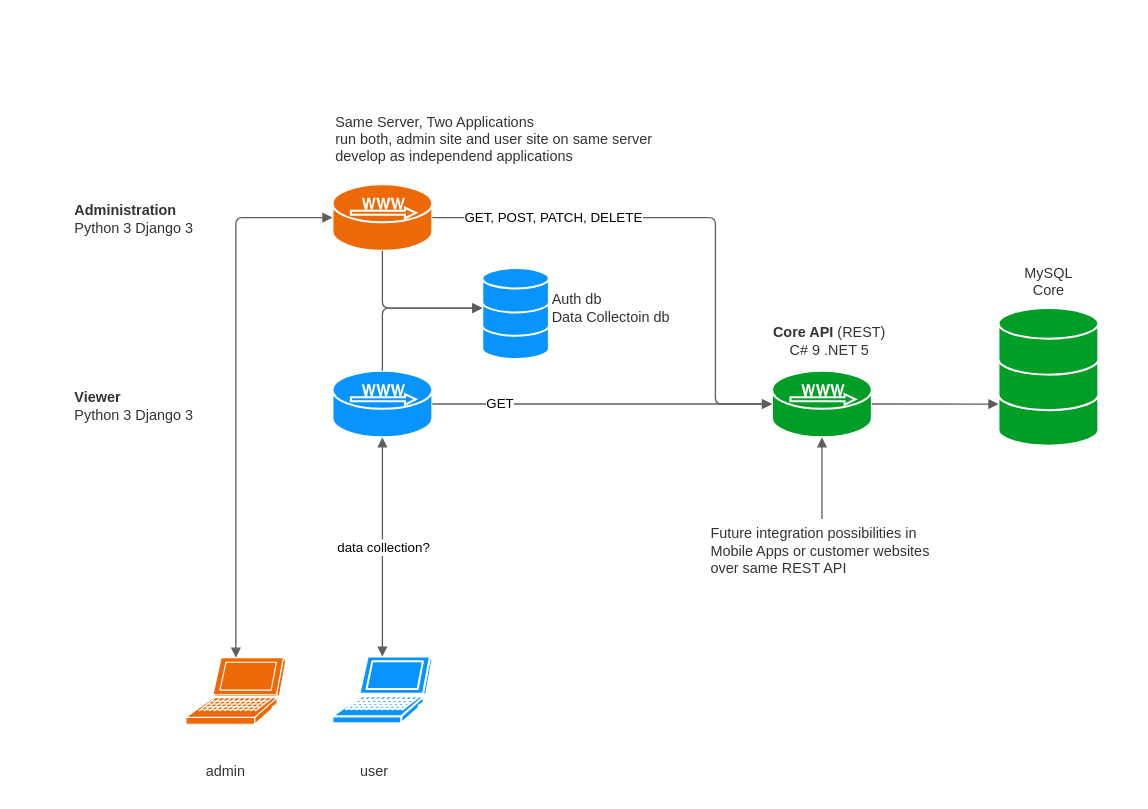
Before: docs/server.drawio in tiveritz/how-tos-api-csharp, a draw.io diagram. Source tidied: cells renumbered, new cells numbered last; positions are measured from the earlier drawing's top-left corner, leaving out a move shared by most shapes. Both pictures are drawn from the tidied source at 111%, with x=0, y=0 at pixel (60, 108).
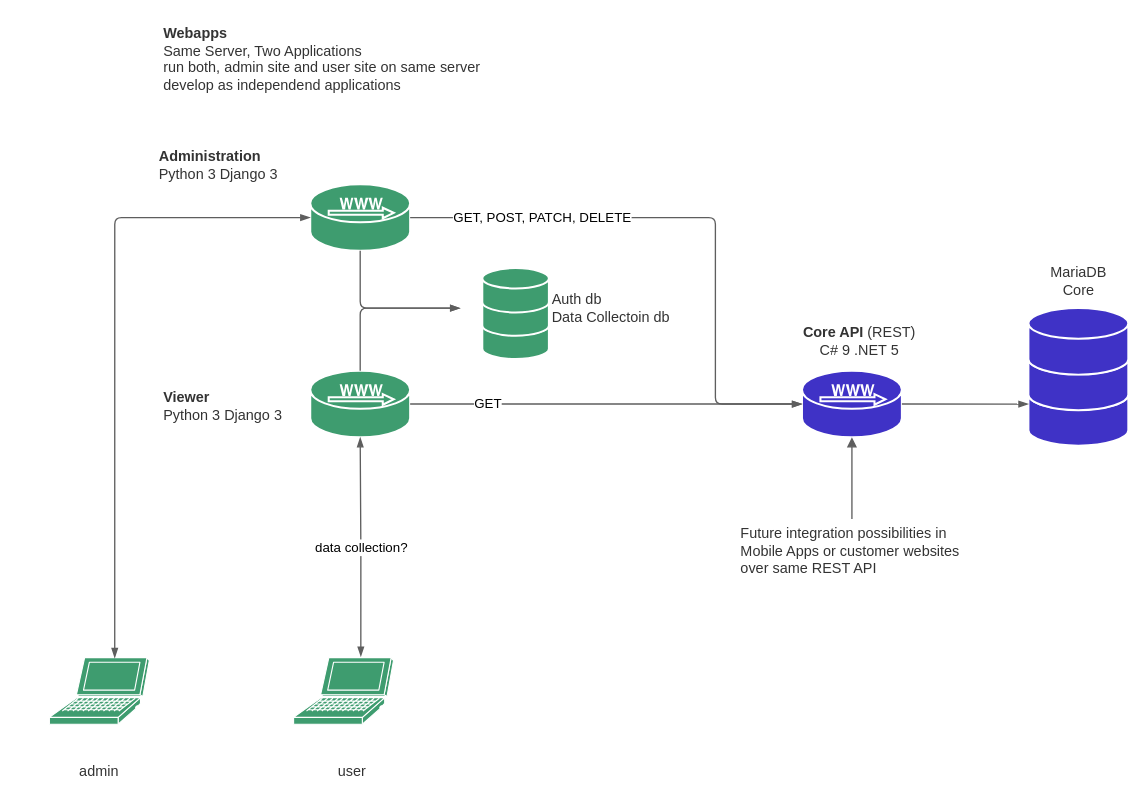
Above is the later version.

Change to the diagram source:
```diff
@@
     <mxCell id="2" value="&lt;b&gt;Core API &lt;/b&gt;(REST)&lt;br&gt;C# 9 .NET 5" style="html=1;whiteSpace=wrap;fontSize=13;fontColor=#333333;fontStyle=0;align=center;spacingLeft=13.333333333333332;spacing=0;verticalAlign=top;strokeColor=none;strokeOpacity=100;rounded=1;absoluteArcSize=1;arcSize=7.199999999999999;fillColor=none;strokeWidth=1.7999999999999998;" parent="1" vertex="1">
-      <mxGeometry x="629.5" y="189.5" width="113" height="41" as="geometry" />
+      <mxGeometry x="656.5" y="189.5" width="113" height="41" as="geometry" />
     </mxCell>
     <mxCell id="3" value="user" style="html=1;whiteSpace=wrap;fontSize=13;fontColor=#333333;spacing=0;strokeColor=none;strokeOpacity=100;rounded=1;absoluteArcSize=1;arcSize=7.199999999999999;fillColor=none;strokeWidth=1.7999999999999998;fontStyle=0;" parent="1" vertex="1">
-      <mxGeometry x="211" y="579" width="144" height="36" as="geometry" />
+      <mxGeometry x="191" y="579" width="144" height="36" as="geometry" />
     </mxCell>
     <mxCell id="4" value="admin" style="html=1;whiteSpace=wrap;fontSize=13;fontColor=#333333;spacing=0;strokeColor=none;strokeOpacity=100;rounded=1;absoluteArcSize=1;arcSize=7.199999999999999;fillColor=none;strokeWidth=1.7999999999999998;fontStyle=0;" parent="1" vertex="1">
-      <mxGeometry x="77" y="579" width="144" height="36" as="geometry" />
+      <mxGeometry x="-37" y="579" width="144" height="36" as="geometry" />
     </mxCell>
-    <mxCell id="5" style="html=1;whiteSpace=wrap;shape=mxgraph.cisco.storage.relational_database;strokeColor=#ffffff;fontSize=11;spacing=0;strokeOpacity=100;rounded=1;absoluteArcSize=1;arcSize=7.199999999999999;strokeWidth=1.7999999999999998;fillColor=#009d27;" parent="1" vertex="1">
-      <mxGeometry x="845" y="244" width="90" height="60" as="geometry" />
+    <mxCell id="5" style="html=1;whiteSpace=wrap;shape=mxgraph.cisco.storage.relational_database;strokeColor=#ffffff;fontSize=11;spacing=0;strokeOpacity=100;rounded=1;absoluteArcSize=1;arcSize=7.199999999999999;strokeWidth=1.7999999999999998;fillColor=#3f32c6;" parent="1" vertex="1">
+      <mxGeometry x="872" y="244" width="90" height="60" as="geometry" />
     </mxCell>
-    <mxCell id="6" style="html=1;whiteSpace=wrap;shape=mxgraph.cisco.servers.microwebserver;fontSize=11;spacing=0;strokeOpacity=100;rounded=1;absoluteArcSize=1;arcSize=7.199999999999999;strokeWidth=1.7999999999999998;fillColor=#0894ff;strokeColor=#FFFFFF;" parent="1" vertex="1">
-      <mxGeometry x="245" y="236.5" width="90" height="60" as="geometry" />
+    <mxCell id="6" style="html=1;whiteSpace=wrap;shape=mxgraph.cisco.servers.microwebserver;fontSize=11;spacing=0;strokeOpacity=100;rounded=1;absoluteArcSize=1;arcSize=7.199999999999999;strokeWidth=1.7999999999999998;strokeColor=#FFFFFF;fillColor=#3e9c6f;" parent="1" vertex="1">
+      <mxGeometry x="225" y="236.5" width="90" height="60" as="geometry" />
     </mxCell>
-    <mxCell id="7" style="html=1;whiteSpace=wrap;shape=mxgraph.cisco.computers_and_peripherals.laptop;fontSize=11;spacing=0;strokeOpacity=100;rounded=1;absoluteArcSize=1;arcSize=7.199999999999999;strokeWidth=1.7999999999999998;fillColor=#0894ff;strokeColor=#FFFFFF;" parent="1" vertex="1">
-      <mxGeometry x="245" y="494" width="90" height="60" as="geometry" />
-    </mxCell>
-    <mxCell id="8" style="html=1;whiteSpace=wrap;shape=mxgraph.cisco.computers_and_peripherals.laptop;fontSize=11;spacing=0;strokeOpacity=100;rounded=1;absoluteArcSize=1;arcSize=7.199999999999999;strokeWidth=1;fillColor=#ed6908;strokeColor=#FFFFFF;" parent="1" vertex="1">
-      <mxGeometry x="113" y="495" width="90" height="60" as="geometry" />
+    <mxCell id="8" style="html=1;whiteSpace=wrap;shape=mxgraph.cisco.computers_and_peripherals.laptop;fontSize=11;spacing=0;strokeOpacity=100;rounded=1;absoluteArcSize=1;arcSize=7.199999999999999;strokeWidth=1;strokeColor=#FFFFFF;fillColor=#3e9c6f;" parent="1" vertex="1">
+      <mxGeometry x="-10" y="495" width="90" height="60" as="geometry" />
     </mxCell>
-    <mxCell id="9" style="html=1;jettySize=18;fontSize=11;strokeColor=#5E5E5E;strokeWidth=1.2;rounded=1;arcSize=12;edgeStyle=orthogonalEdgeStyle;startArrow=block;endFill=1;endArrow=block;endFill=1;exitX=0.5;exitY=0;exitPerimeter=1;entryX=0.5;entryY=1;entryPerimeter=1;" parent="1" edge="1" source="7" target="6">
+    <mxCell id="9" style="html=1;jettySize=18;fontSize=11;strokeColor=#5E5E5E;strokeWidth=1.2;rounded=1;arcSize=12;edgeStyle=orthogonalEdgeStyle;startArrow=blockThin;endFill=1;endArrow=blockThin;endFill=1;exitX=0.673;exitY=-0.017;exitPerimeter=0;entryX=0.5;entryY=1;entryPerimeter=1;startFill=1;exitDx=0;exitDy=0;" parent="1" edge="1" source="33" target="6">
       <mxGeometry relative="1" as="geometry" />
     </mxCell>
@@
-    <mxCell id="11" style="html=1;whiteSpace=wrap;shape=mxgraph.cisco.storage.relational_database;strokeColor=#ffffff;fontSize=11;spacing=0;strokeOpacity=100;rounded=1;absoluteArcSize=1;arcSize=7.199999999999999;strokeWidth=1.7999999999999998;fillColor=#009d27;" parent="1" vertex="1">
-      <mxGeometry x="845" y="212" width="90" height="60" as="geometry" />
+    <mxCell id="11" style="html=1;whiteSpace=wrap;shape=mxgraph.cisco.storage.relational_database;strokeColor=#ffffff;fontSize=11;spacing=0;strokeOpacity=100;rounded=1;absoluteArcSize=1;arcSize=7.199999999999999;strokeWidth=1.7999999999999998;fillColor=#3f32c6;" parent="1" vertex="1">
+      <mxGeometry x="872" y="212" width="90" height="60" as="geometry" />
     </mxCell>
-    <mxCell id="12" style="html=1;whiteSpace=wrap;shape=mxgraph.cisco.storage.relational_database;strokeColor=#ffffff;fontSize=11;spacing=0;strokeOpacity=100;rounded=1;absoluteArcSize=1;arcSize=7.199999999999999;strokeWidth=1.7999999999999998;fillColor=#009d27;" parent="1" vertex="1">
-      <mxGeometry x="845" y="180" width="90" height="60" as="geometry" />
+    <mxCell id="12" style="html=1;whiteSpace=wrap;shape=mxgraph.cisco.storage.relational_database;strokeColor=#ffffff;fontSize=11;spacing=0;strokeOpacity=100;rounded=1;absoluteArcSize=1;arcSize=7.199999999999999;strokeWidth=1.7999999999999998;fillColor=#3f32c6;" parent="1" vertex="1">
+      <mxGeometry x="872" y="180" width="90" height="60" as="geometry" />
     </mxCell>
-    <mxCell id="13" style="html=1;whiteSpace=wrap;shape=mxgraph.cisco.servers.microwebserver;strokeColor=#ffffff;fontSize=11;spacing=0;strokeOpacity=100;rounded=1;absoluteArcSize=1;arcSize=7.199999999999999;strokeWidth=1.7999999999999998;fillColor=#009d27;" parent="1" vertex="1">
-      <mxGeometry x="641" y="236.5" width="90" height="60" as="geometry" />
+    <mxCell id="13" style="html=1;whiteSpace=wrap;shape=mxgraph.cisco.servers.microwebserver;strokeColor=#ffffff;fontSize=11;spacing=0;strokeOpacity=100;rounded=1;absoluteArcSize=1;arcSize=7.199999999999999;strokeWidth=1.7999999999999998;fillColor=#3f32c6;" parent="1" vertex="1">
+      <mxGeometry x="668" y="236.5" width="90" height="60" as="geometry" />
     </mxCell>
-    <mxCell id="14" style="html=1;jettySize=18;fontSize=11;strokeColor=#5E5E5E;strokeWidth=1.2;rounded=1;arcSize=12;edgeStyle=orthogonalEdgeStyle;startArrow=none;endArrow=block;endFill=1;exitX=1;exitY=0.5;exitPerimeter=1;entryX=0;entryY=0.9088724060386316;entryPerimeter=1;" parent="1" edge="1" source="13" target="11">
+    <mxCell id="14" style="html=1;jettySize=18;fontSize=11;strokeColor=#5E5E5E;strokeWidth=1.2;rounded=1;arcSize=12;edgeStyle=orthogonalEdgeStyle;startArrow=none;endArrow=blockThin;endFill=1;exitX=1;exitY=0.5;exitPerimeter=1;entryX=0;entryY=0.9088724060386316;entryPerimeter=1;" parent="1" edge="1" source="13" target="11">
       <mxGeometry relative="1" as="geometry" />
     </mxCell>
-    <mxCell id="15" value="MySQL&lt;br&gt;Core" style="html=1;whiteSpace=wrap;fontSize=13;fontColor=#333333;fontStyle=0;align=center;spacing=0;verticalAlign=top;strokeColor=none;strokeOpacity=100;rounded=1;absoluteArcSize=1;arcSize=7.199999999999999;fillColor=none;strokeWidth=1.7999999999999998;" parent="1" vertex="1">
-      <mxGeometry x="852.5" y="136" width="75" height="41" as="geometry" />
+    <mxCell id="15" value="MariaDB&lt;br&gt;Core" style="html=1;whiteSpace=wrap;fontSize=13;fontColor=#333333;fontStyle=0;align=center;spacing=0;verticalAlign=top;strokeColor=none;strokeOpacity=100;rounded=1;absoluteArcSize=1;arcSize=7.199999999999999;fillColor=none;strokeWidth=1.7999999999999998;" parent="1" vertex="1">
+      <mxGeometry x="879.5" y="136" width="75" height="41" as="geometry" />
     </mxCell>
-    <mxCell id="16" style="html=1;jettySize=18;fontSize=11;strokeColor=#5E5E5E;strokeWidth=1.2;rounded=1;arcSize=12;edgeStyle=orthogonalEdgeStyle;startArrow=none;endArrow=block;endFill=1;exitX=1;exitY=0.5;exitPerimeter=1;entryX=0;entryY=0.5;entryPerimeter=1;" parent="1" edge="1" source="6" target="13">
+    <mxCell id="16" style="html=1;jettySize=18;fontSize=11;strokeColor=#5E5E5E;strokeWidth=1.2;rounded=1;arcSize=12;edgeStyle=orthogonalEdgeStyle;startArrow=none;endArrow=blockThin;endFill=1;exitX=1;exitY=0.5;exitPerimeter=1;entryX=0;entryY=0.5;entryPerimeter=1;" parent="1" edge="1" source="6" target="13">
       <mxGeometry relative="1" as="geometry" />
     </mxCell>
@@
-    <mxCell id="18" style="html=1;whiteSpace=wrap;shape=mxgraph.cisco.servers.microwebserver;strokeColor=#ffffff;fontSize=11;spacing=0;strokeOpacity=100;rounded=1;absoluteArcSize=1;arcSize=7.199999999999999;strokeWidth=1.7999999999999998;fillColor=#ed6908;" parent="1" vertex="1">
-      <mxGeometry x="245" y="68.5" width="90" height="60" as="geometry" />
+    <mxCell id="18" style="html=1;whiteSpace=wrap;shape=mxgraph.cisco.servers.microwebserver;strokeColor=#ffffff;fontSize=11;spacing=0;strokeOpacity=100;rounded=1;absoluteArcSize=1;arcSize=7.199999999999999;strokeWidth=1.7999999999999998;fillColor=#3e9c6f;" parent="1" vertex="1">
+      <mxGeometry x="225" y="68.5" width="90" height="60" as="geometry" />
     </mxCell>
-    <mxCell id="19" style="html=1;jettySize=18;fontSize=11;strokeColor=#5E5E5E;strokeWidth=1.2;rounded=1;arcSize=12;edgeStyle=orthogonalEdgeStyle;startArrow=none;endArrow=block;endFill=1;exitX=1;exitY=0.5;exitPerimeter=1;entryX=0;entryY=0.5;entryPerimeter=1;" parent="1" edge="1" source="18" target="13">
+    <mxCell id="19" style="html=1;jettySize=18;fontSize=11;strokeColor=#5E5E5E;strokeWidth=1.2;rounded=1;arcSize=12;edgeStyle=orthogonalEdgeStyle;startArrow=none;endArrow=blockThin;endFill=1;exitX=1;exitY=0.5;exitPerimeter=1;entryX=0;entryY=0.5;entryPerimeter=1;" parent="1" edge="1" source="18" target="13">
       <mxGeometry relative="1" as="geometry">
         <Array as="points">
           <mxPoint x="590" y="99" />
           <mxPoint x="590" y="267" />
         </Array>
       </mxGeometry>
     </mxCell>
@@
     <mxCell id="21" value="&lt;b&gt;Administration&lt;/b&gt;&lt;br&gt;Python 3 Django 3" style="html=1;whiteSpace=wrap;fontSize=13;fontColor=#333333;fontStyle=0;align=left;spacingLeft=13.333333333333332;spacing=0;verticalAlign=top;strokeColor=none;strokeOpacity=100;rounded=1;absoluteArcSize=1;arcSize=7.199999999999999;fillColor=none;strokeWidth=1.7999999999999998;" parent="1" vertex="1">
-      <mxGeometry y="79.5" width="134" height="38" as="geometry" />
+      <mxGeometry x="76" y="30.5" width="134" height="38" as="geometry" />
     </mxCell>
-    <mxCell id="22" style="html=1;jettySize=18;fontSize=11;strokeColor=#5E5E5E;strokeWidth=1.2;rounded=1;arcSize=12;edgeStyle=orthogonalEdgeStyle;startArrow=block;endFill=1;endArrow=block;endFill=1;exitX=0.5;exitY=0;exitPerimeter=1;entryX=0;entryY=0.5;entryPerimeter=1;" parent="1" edge="1" source="8" target="18">
+    <mxCell id="22" style="html=1;jettySize=18;fontSize=11;strokeColor=#5E5E5E;strokeWidth=1.2;rounded=1;arcSize=12;edgeStyle=orthogonalEdgeStyle;startArrow=blockThin;endFill=1;endArrow=blockThin;endFill=1;exitX=0.654;exitY=0.005;exitPerimeter=0;entryX=0;entryY=0.5;entryPerimeter=1;startFill=1;exitDx=0;exitDy=0;" parent="1" edge="1" source="8" target="18">
       <mxGeometry relative="1" as="geometry" />
     </mxCell>
     <mxCell id="23" value="Future integration possibilities in Mobile Apps or customer websites&lt;br&gt;over same REST API" style="html=1;whiteSpace=wrap;fontSize=13;fontColor=#333333;fontStyle=0;align=left;spacingLeft=13.333333333333332;spacing=0;verticalAlign=top;strokeColor=none;strokeOpacity=100;rounded=1;absoluteArcSize=1;arcSize=7.199999999999999;fillColor=none;strokeWidth=1.7999999999999998;" parent="1" vertex="1">
-      <mxGeometry x="573" y="371" width="228" height="71" as="geometry" />
+      <mxGeometry x="600" y="371" width="228" height="71" as="geometry" />
     </mxCell>
     <mxCell id="24" style="html=1;jettySize=18;fontSize=11;strokeColor=#5E5E5E;strokeWidth=1.2;rounded=1;arcSize=12;edgeStyle=orthogonalEdgeStyle;startArrow=block;endFill=1;endArrow=none;exitX=0.5;exitY=1;exitPerimeter=1;" parent="1" edge="1" source="13">
       <mxGeometry relative="1" as="geometry">
-        <mxPoint x="686" y="370" as="targetPoint" />
+        <mxPoint x="713" y="370" as="targetPoint" />
       </mxGeometry>
     </mxCell>
-    <mxCell id="25" style="html=1;whiteSpace=wrap;shape=mxgraph.cisco.storage.relational_database;strokeColor=#ffffff;fontSize=11;spacing=0;strokeOpacity=100;rounded=1;absoluteArcSize=1;arcSize=7.199999999999999;strokeWidth=1.7999999999999998;fillColor=#0894ff;" parent="1" vertex="1">
+    <mxCell id="25" style="html=1;whiteSpace=wrap;shape=mxgraph.cisco.storage.relational_database;strokeColor=#ffffff;fontSize=11;spacing=0;strokeOpacity=100;rounded=1;absoluteArcSize=1;arcSize=7.199999999999999;strokeWidth=1.7999999999999998;fillColor=#3e9c6f;" parent="1" vertex="1">
       <mxGeometry x="380" y="186" width="60" height="40" as="geometry" />
     </mxCell>
-    <mxCell id="26" style="html=1;whiteSpace=wrap;shape=mxgraph.cisco.storage.relational_database;strokeColor=#ffffff;fontSize=11;spacing=0;strokeOpacity=100;rounded=1;absoluteArcSize=1;arcSize=7.199999999999999;strokeWidth=1.7999999999999998;fillColor=#0894ff;" parent="1" vertex="1">
+    <mxCell id="26" style="html=1;whiteSpace=wrap;shape=mxgraph.cisco.storage.relational_database;strokeColor=#ffffff;fontSize=11;spacing=0;strokeOpacity=100;rounded=1;absoluteArcSize=1;arcSize=7.199999999999999;strokeWidth=1.7999999999999998;fillColor=#3e9c6f;" parent="1" vertex="1">
       <mxGeometry x="380" y="165" width="60" height="40" as="geometry" />
     </mxCell>
-    <mxCell id="27" style="html=1;whiteSpace=wrap;shape=mxgraph.cisco.storage.relational_database;strokeColor=#ffffff;fontSize=11;spacing=0;strokeOpacity=100;rounded=1;absoluteArcSize=1;arcSize=7.199999999999999;strokeWidth=1.7999999999999998;fillColor=#0894ff;" parent="1" vertex="1">
+    <mxCell id="27" style="html=1;whiteSpace=wrap;shape=mxgraph.cisco.storage.relational_database;strokeColor=#ffffff;fontSize=11;spacing=0;strokeOpacity=100;rounded=1;absoluteArcSize=1;arcSize=7.199999999999999;strokeWidth=1.7999999999999998;fillColor=#3e9c6f;" parent="1" vertex="1">
       <mxGeometry x="380" y="144" width="60" height="40" as="geometry" />
     </mxCell>
-    <mxCell id="28" style="html=1;jettySize=18;fontSize=11;strokeColor=#5E5E5E;strokeWidth=1.2;rounded=1;arcSize=12;edgeStyle=orthogonalEdgeStyle;startArrow=none;endArrow=block;endFill=1;exitX=0.5;exitY=1;exitPerimeter=1;entryX=0;entryY=0.9015535349820976;entryPerimeter=1;" parent="1" edge="1" source="18" target="27">
-      <mxGeometry relative="1" as="geometry" />
+    <mxCell id="28" style="html=1;jettySize=18;fontSize=11;strokeColor=#5E5E5E;strokeWidth=1.2;rounded=1;arcSize=12;edgeStyle=orthogonalEdgeStyle;startArrow=none;endArrow=blockThin;endFill=1;exitX=0.5;exitY=1;exitPerimeter=1;entryX=0;entryY=0.9015535349820976;entryPerimeter=1;" parent="1" edge="1" source="18">
+      <mxGeometry relative="1" as="geometry">
+        <mxPoint x="360" y="180.1" as="targetPoint" />
+        <Array as="points">
+          <mxPoint x="270" y="180" />
+        </Array>
+      </mxGeometry>
     </mxCell>
-    <mxCell id="29" style="html=1;jettySize=18;fontSize=11;strokeColor=#5E5E5E;strokeWidth=1.2;rounded=1;arcSize=12;edgeStyle=orthogonalEdgeStyle;startArrow=none;endArrow=block;endFill=1;exitX=0.5;exitY=0;exitPerimeter=1;entryX=7.105427357601002e-17;entryY=0.9015535349820972;entryPerimeter=1;" parent="1" edge="1" source="6" target="27">
-      <mxGeometry relative="1" as="geometry" />
+    <mxCell id="29" style="html=1;jettySize=18;fontSize=11;strokeColor=#5E5E5E;strokeWidth=1.2;rounded=1;arcSize=12;edgeStyle=orthogonalEdgeStyle;startArrow=none;endArrow=blockThin;endFill=1;exitX=0.5;exitY=0;exitPerimeter=1;entryX=7.105427357601002e-17;entryY=0.9015535349820972;entryPerimeter=1;" parent="1" edge="1" source="6">
+      <mxGeometry relative="1" as="geometry">
+        <mxPoint x="360" y="180.1" as="targetPoint" />
+        <Array as="points">
+          <mxPoint x="270" y="180" />
+        </Array>
+      </mxGeometry>
     </mxCell>
-    <mxCell id="30" value="Same Server, Two Applications&lt;br&gt;run both, admin site and user site on same server&lt;br&gt;develop as independend applications" style="html=1;whiteSpace=wrap;fontSize=13;fontColor=#333333;fontStyle=0;align=left;spacingLeft=13.333333333333332;spacing=0;verticalAlign=top;strokeColor=none;strokeOpacity=100;rounded=1;absoluteArcSize=1;arcSize=7.199999999999999;fillColor=none;strokeWidth=1.7999999999999998;" parent="1" vertex="1">
-      <mxGeometry x="235" width="336" height="60" as="geometry" />
+    <mxCell id="30" value="&lt;b&gt;Webapps&lt;/b&gt;&lt;br&gt;Same Server, Two Applications&lt;br&gt;run both, admin site and user site on same server&lt;br&gt;develop as independend applications" style="html=1;whiteSpace=wrap;fontSize=13;fontColor=#333333;fontStyle=0;align=left;spacingLeft=13.333333333333332;spacing=0;verticalAlign=top;strokeColor=none;strokeOpacity=100;rounded=1;absoluteArcSize=1;arcSize=7.199999999999999;fillColor=none;strokeWidth=1.7999999999999998;" parent="1" vertex="1">
+      <mxGeometry x="80" y="-80" width="336" height="70" as="geometry" />
     </mxCell>
@@
     <mxCell id="32" value="&lt;b&gt;Viewer&lt;/b&gt;&lt;br&gt;Python 3 Django 3" style="html=1;whiteSpace=wrap;fontSize=13;fontColor=#333333;fontStyle=0;align=left;spacingLeft=13.333333333333332;spacing=0;verticalAlign=top;strokeColor=none;strokeOpacity=100;rounded=1;absoluteArcSize=1;arcSize=7.199999999999999;fillColor=none;strokeWidth=1.7999999999999998;" parent="1" vertex="1">
-      <mxGeometry y="247.5" width="134" height="38" as="geometry" />
+      <mxGeometry x="80" y="247.5" width="134" height="38" as="geometry" />
     </mxCell>
+    <mxCell id="33" style="html=1;whiteSpace=wrap;shape=mxgraph.cisco.computers_and_peripherals.laptop;fontSize=11;spacing=0;strokeOpacity=100;rounded=1;absoluteArcSize=1;arcSize=7.199999999999999;strokeWidth=1;strokeColor=#FFFFFF;fillColor=#3e9c6f;" parent="1" vertex="1">
+      <mxGeometry x="210" y="495" width="90" height="60" as="geometry" />
+    </mxCell>
```
